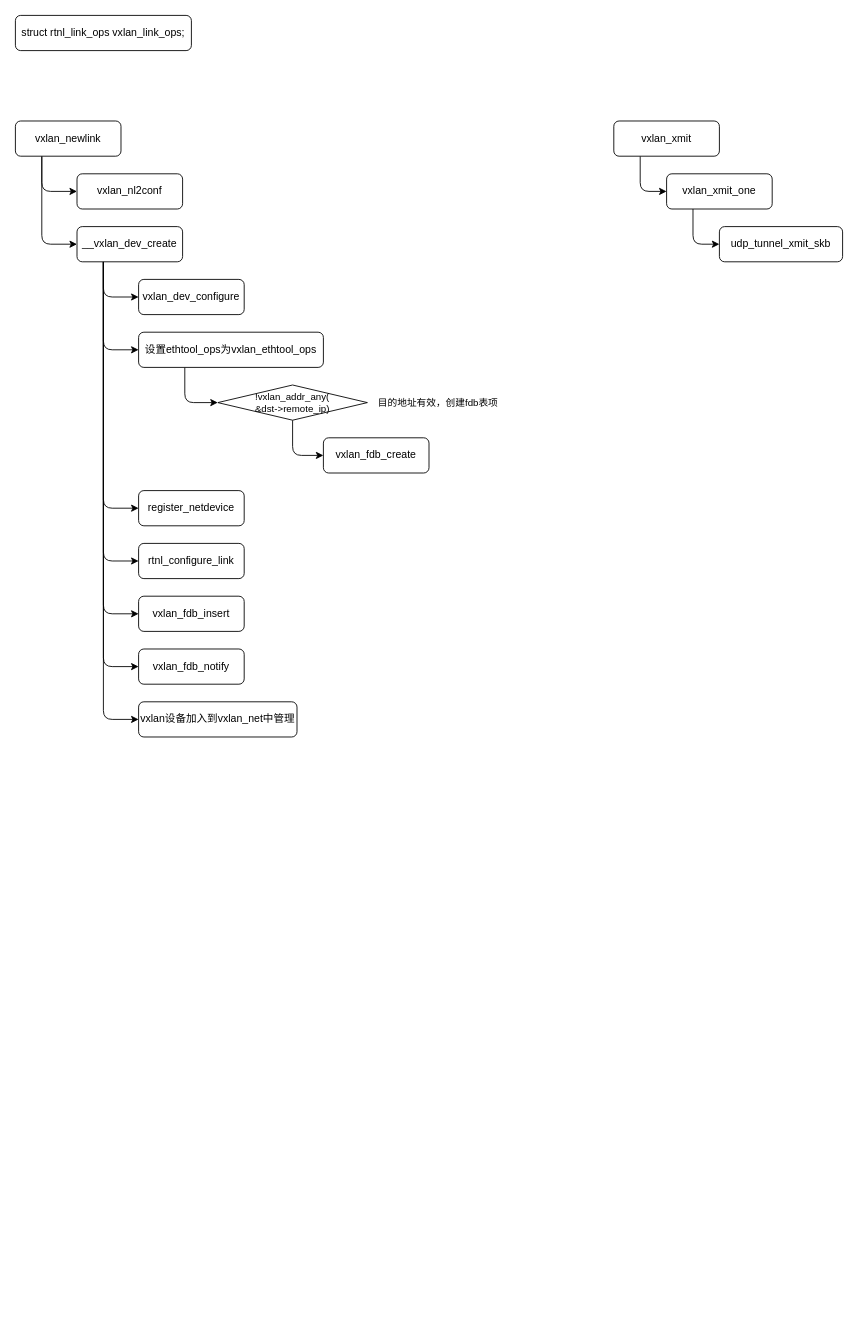
Above: linux/linux_vxlan.drawio in Aspiresky/draw.io (draw.io), before the change. Source tidied: cells renumbered, new cells numbered last; positions are measured from the earlier drawing's top-left corner, leaving out a move shared by most shapes. Both pictures are drawn from the tidied source at 88%, with x=0, y=0 at pixel (15, 15).
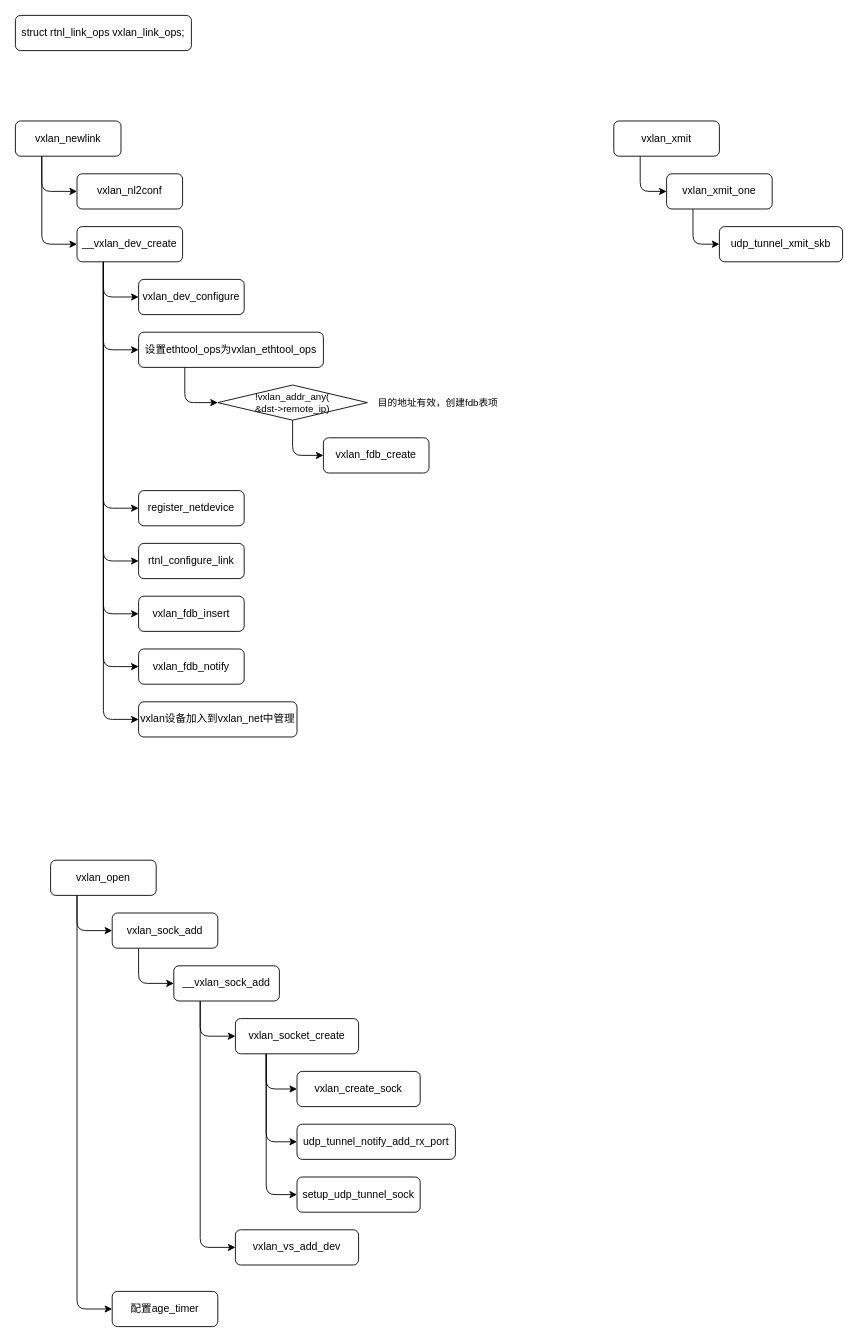
The same diagram, later.

The edit, as a diff of the source:
```diff
@@
+    <mxCell id="32" style="edgeStyle=orthogonalEdgeStyle;shape=connector;curved=0;rounded=1;jettySize=auto;html=1;exitX=0.25;exitY=1;exitDx=0;exitDy=0;entryX=0;entryY=0.5;entryDx=0;entryDy=0;labelBackgroundColor=default;strokeColor=default;align=center;verticalAlign=middle;fontFamily=Helvetica;fontSize=11;fontColor=default;endArrow=classic;" parent="1" edge="1" source="34" target="36">
+      <mxGeometry relative="1" as="geometry" />
+    </mxCell>
+    <mxCell id="33" style="edgeStyle=orthogonalEdgeStyle;shape=connector;curved=0;rounded=1;jettySize=auto;html=1;exitX=0.25;exitY=1;exitDx=0;exitDy=0;entryX=0;entryY=0.5;entryDx=0;entryDy=0;labelBackgroundColor=default;strokeColor=default;align=center;verticalAlign=middle;fontFamily=Helvetica;fontSize=11;fontColor=default;endArrow=classic;" parent="1" edge="1" source="34" target="37">
+      <mxGeometry relative="1" as="geometry" />
+    </mxCell>
+    <mxCell id="34" value="vxlan_open" style="rounded=1;whiteSpace=wrap;html=1;" parent="1" vertex="1">
+      <mxGeometry x="40" y="960" width="120" height="40" as="geometry" />
+    </mxCell>
+    <mxCell id="35" style="edgeStyle=orthogonalEdgeStyle;shape=connector;curved=0;rounded=1;jettySize=auto;html=1;exitX=0.25;exitY=1;exitDx=0;exitDy=0;entryX=0;entryY=0.5;entryDx=0;entryDy=0;labelBackgroundColor=default;strokeColor=default;align=center;verticalAlign=middle;fontFamily=Helvetica;fontSize=11;fontColor=default;endArrow=classic;" parent="1" edge="1" source="36" target="40">
+      <mxGeometry relative="1" as="geometry" />
+    </mxCell>
+    <mxCell id="36" value="vxlan_sock_add" style="rounded=1;whiteSpace=wrap;html=1;" parent="1" vertex="1">
+      <mxGeometry x="110" y="1020" width="120" height="40" as="geometry" />
+    </mxCell>
+    <mxCell id="37" value="配置age_timer" style="rounded=1;whiteSpace=wrap;html=1;" parent="1" vertex="1">
+      <mxGeometry x="110" y="1450" width="120" height="40" as="geometry" />
+    </mxCell>
+    <mxCell id="38" style="edgeStyle=orthogonalEdgeStyle;shape=connector;curved=0;rounded=1;jettySize=auto;html=1;exitX=0.25;exitY=1;exitDx=0;exitDy=0;entryX=0;entryY=0.5;entryDx=0;entryDy=0;labelBackgroundColor=default;strokeColor=default;align=center;verticalAlign=middle;fontFamily=Helvetica;fontSize=11;fontColor=default;endArrow=classic;" parent="1" edge="1" source="40" target="44">
+      <mxGeometry relative="1" as="geometry" />
+    </mxCell>
+    <mxCell id="39" style="edgeStyle=orthogonalEdgeStyle;shape=connector;curved=0;rounded=1;jettySize=auto;html=1;exitX=0.25;exitY=1;exitDx=0;exitDy=0;entryX=0;entryY=0.5;entryDx=0;entryDy=0;labelBackgroundColor=default;strokeColor=default;align=center;verticalAlign=middle;fontFamily=Helvetica;fontSize=11;fontColor=default;endArrow=classic;" parent="1" edge="1" source="40" target="45">
+      <mxGeometry relative="1" as="geometry" />
+    </mxCell>
+    <mxCell id="40" value="__vxlan_sock_add" style="rounded=1;whiteSpace=wrap;html=1;" parent="1" vertex="1">
+      <mxGeometry x="180" y="1080" width="120" height="40" as="geometry" />
+    </mxCell>
+    <mxCell id="41" style="edgeStyle=orthogonalEdgeStyle;shape=connector;curved=0;rounded=1;jettySize=auto;html=1;exitX=0.25;exitY=1;exitDx=0;exitDy=0;entryX=0;entryY=0.5;entryDx=0;entryDy=0;labelBackgroundColor=default;strokeColor=default;align=center;verticalAlign=middle;fontFamily=Helvetica;fontSize=11;fontColor=default;endArrow=classic;" parent="1" edge="1" source="44" target="46">
+      <mxGeometry relative="1" as="geometry" />
+    </mxCell>
+    <mxCell id="42" style="edgeStyle=orthogonalEdgeStyle;shape=connector;curved=0;rounded=1;jettySize=auto;html=1;exitX=0.25;exitY=1;exitDx=0;exitDy=0;entryX=0;entryY=0.5;entryDx=0;entryDy=0;labelBackgroundColor=default;strokeColor=default;align=center;verticalAlign=middle;fontFamily=Helvetica;fontSize=11;fontColor=default;endArrow=classic;" parent="1" edge="1" source="44" target="48">
+      <mxGeometry relative="1" as="geometry" />
+    </mxCell>
+    <mxCell id="43" style="edgeStyle=orthogonalEdgeStyle;shape=connector;curved=0;rounded=1;jettySize=auto;html=1;exitX=0.25;exitY=1;exitDx=0;exitDy=0;entryX=0;entryY=0.5;entryDx=0;entryDy=0;labelBackgroundColor=default;strokeColor=default;align=center;verticalAlign=middle;fontFamily=Helvetica;fontSize=11;fontColor=default;endArrow=classic;" parent="1" edge="1" source="44" target="47">
+      <mxGeometry relative="1" as="geometry" />
+    </mxCell>
+    <mxCell id="44" value="vxlan_socket_create" style="rounded=1;whiteSpace=wrap;html=1;" parent="1" vertex="1">
+      <mxGeometry x="250" y="1140" width="140" height="40" as="geometry" />
+    </mxCell>
+    <mxCell id="45" value="vxlan_vs_add_dev" style="rounded=1;whiteSpace=wrap;html=1;" parent="1" vertex="1">
+      <mxGeometry x="250" y="1380" width="140" height="40" as="geometry" />
+    </mxCell>
+    <mxCell id="46" value="vxlan_create_sock" style="rounded=1;whiteSpace=wrap;html=1;" parent="1" vertex="1">
+      <mxGeometry x="320" y="1200" width="140" height="40" as="geometry" />
+    </mxCell>
+    <mxCell id="47" value="setup_udp_tunnel_sock" style="rounded=1;whiteSpace=wrap;html=1;" parent="1" vertex="1">
+      <mxGeometry x="320" y="1320" width="140" height="40" as="geometry" />
+    </mxCell>
+    <mxCell id="48" value="udp_tunnel_notify_add_rx_port" style="rounded=1;whiteSpace=wrap;html=1;" parent="1" vertex="1">
+      <mxGeometry x="320" y="1260" width="180" height="40" as="geometry" />
+    </mxCell>
```
